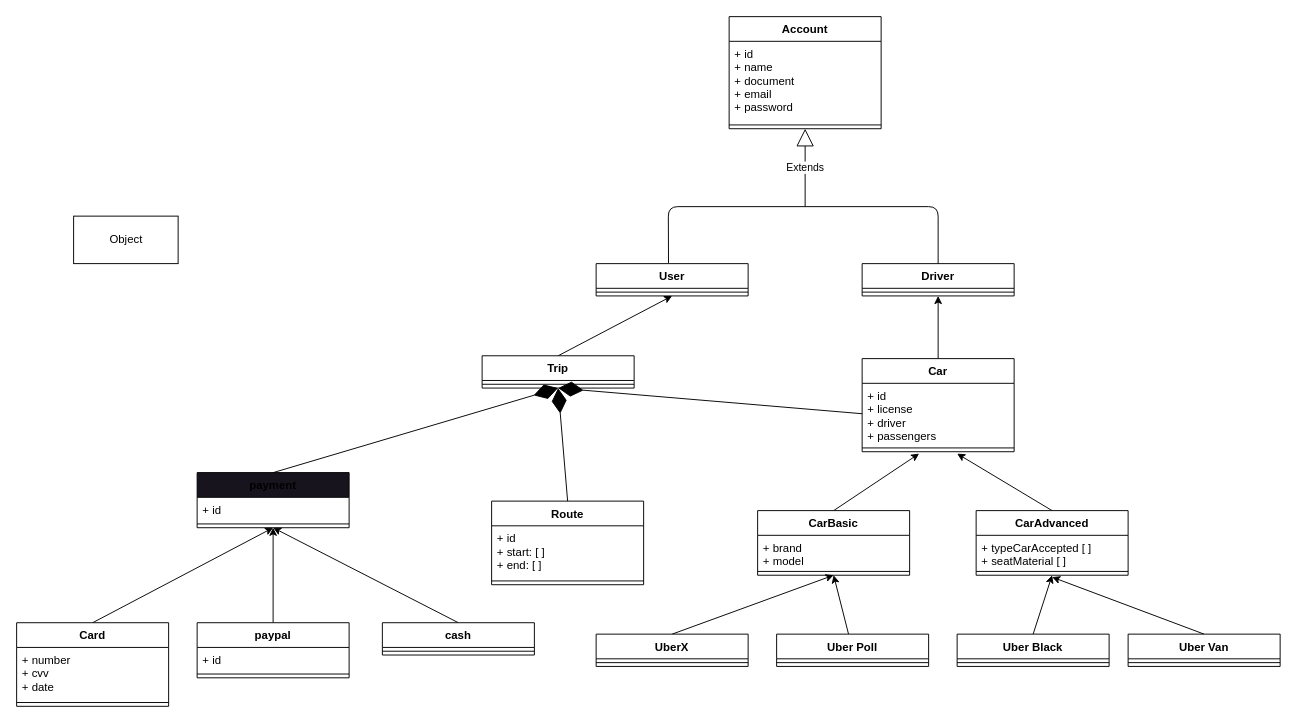
The draw.io diagram Graph/graph.drawio in paurrev/CursoPOOUber, before the edit. Source tidied: cells renumbered, new cells numbered last; positions are measured from the earlier drawing's top-left corner, leaving out a move shared by most shapes. Both pictures are drawn from the tidied source at 95%, with x=0, y=0 at pixel (16, 16).
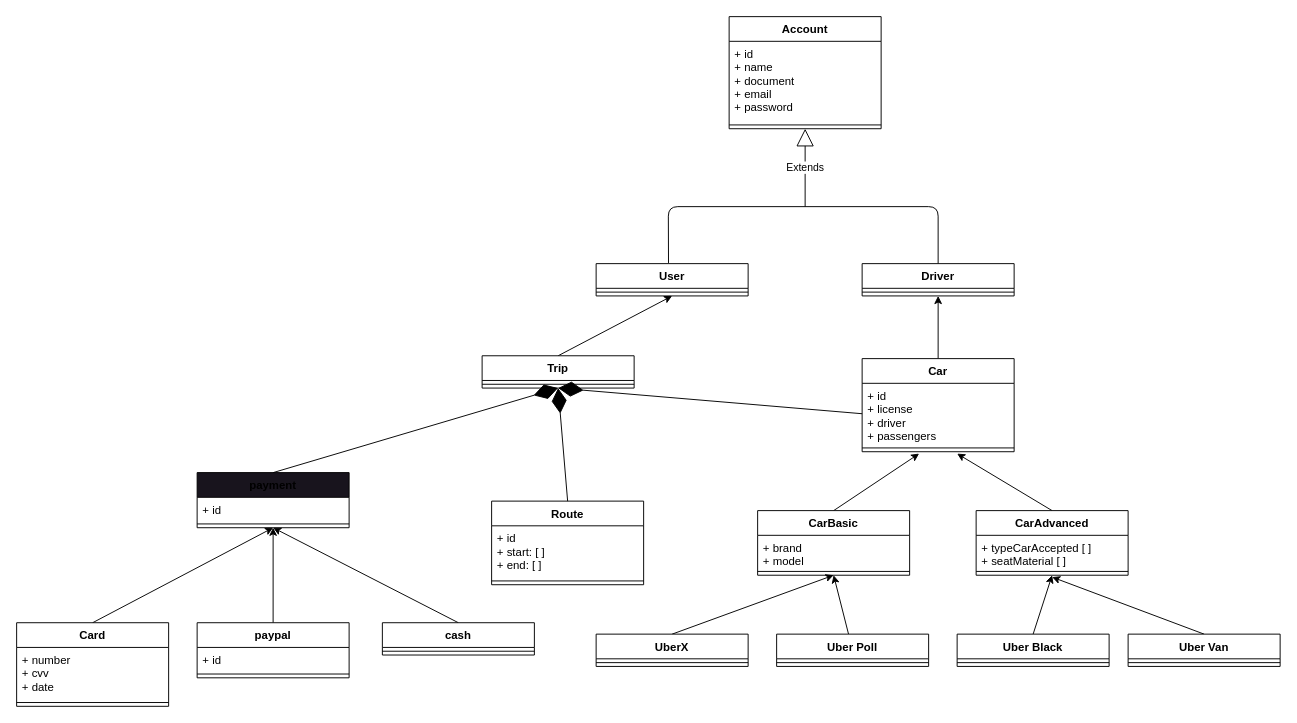
The same page after the edit.

Change to the diagram source:
```diff
@@
-    <mxCell id="58" value="Object" style="html=1;" parent="1" vertex="1">
-      <mxGeometry x="60" y="210" width="110" height="50" as="geometry" />
-    </mxCell>
```
